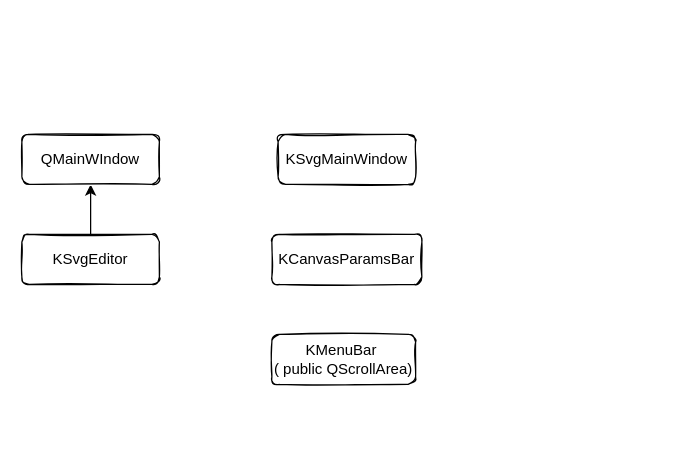
Above: graph/RBT.drawio in feobay/DataStructure (draw.io), before the change. Source tidied: cells renumbered, new cells numbered last; positions are measured from the earlier drawing's top-left corner, leaving out a move shared by most shapes. Both pictures are drawn from the tidied source at 125%, with x=0, y=0 at pixel (21, 134).
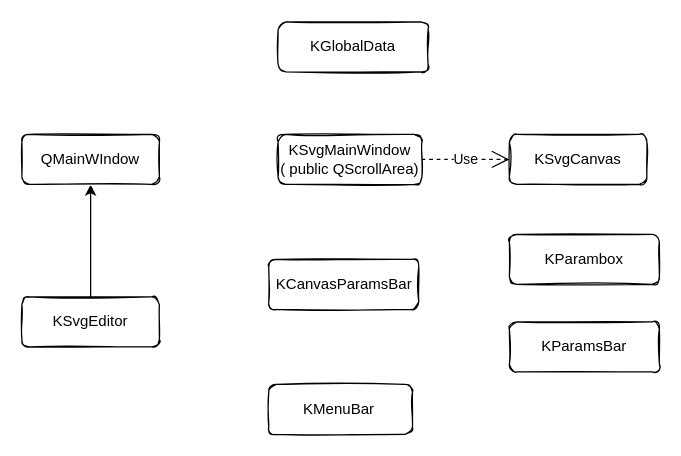
The same page after the edit.

Diff of the diagram source:
```diff
@@
 <mxGraphModel>
   <root>
     <mxCell id="0" />
     <mxCell id="1" parent="0" />
     <mxCell id="2" style="edgeStyle=orthogonalEdgeStyle;curved=1;jettySize=auto;html=1;" parent="1" edge="1" source="3" target="4">
       <mxGeometry relative="1" as="geometry" />
     </mxCell>
     <mxCell id="3" value="KSvgEditor" style="rounded=1;whiteSpace=wrap;html=1;sketch=1;" parent="1" vertex="1">
-      <mxGeometry y="80" width="110" height="40" as="geometry" />
+      <mxGeometry y="130" width="110" height="40" as="geometry" />
     </mxCell>
     <mxCell id="4" value="QMainWIndow" style="rounded=1;whiteSpace=wrap;html=1;sketch=1;" parent="1" vertex="1">
       <mxGeometry width="110" height="40" as="geometry" />
     </mxCell>
     <mxCell id="5" value="KCanvasParamsBar" style="rounded=1;whiteSpace=wrap;html=1;sketch=1;" parent="1" vertex="1">
-      <mxGeometry x="200" y="80" width="120" height="40" as="geometry" />
+      <mxGeometry x="197.5" y="100" width="120" height="40" as="geometry" />
     </mxCell>
-    <mxCell id="6" value="KSvgMainWindow" style="rounded=1;whiteSpace=wrap;html=1;sketch=1;" parent="1" vertex="1">
-      <mxGeometry x="205" width="110" height="40" as="geometry" />
+    <mxCell id="6" value="KSvgMainWindow&lt;br&gt;( public QScrollArea)" style="rounded=1;whiteSpace=wrap;html=1;sketch=1;" parent="1" vertex="1">
+      <mxGeometry x="205" width="115" height="40" as="geometry" />
     </mxCell>
-    <mxCell id="7" value="KMenuBar&amp;nbsp;&lt;br&gt;( public QScrollArea)" style="rounded=1;whiteSpace=wrap;html=1;sketch=1;" parent="1" vertex="1">
-      <mxGeometry x="200" y="160" width="115" height="40" as="geometry" />
+    <mxCell id="7" value="KMenuBar&amp;nbsp;" style="rounded=1;whiteSpace=wrap;html=1;sketch=1;" parent="1" vertex="1">
+      <mxGeometry x="197.5" y="200" width="115" height="40" as="geometry" />
     </mxCell>
+    <mxCell id="8" value="KSvgCanvas" style="rounded=1;whiteSpace=wrap;html=1;sketch=1;" parent="1" vertex="1">
+      <mxGeometry x="390" width="110" height="40" as="geometry" />
+    </mxCell>
+    <mxCell id="9" value="Use" style="endArrow=open;endSize=12;dashed=1;html=1;curved=1;" parent="1" edge="1">
+      <mxGeometry relative="1" as="geometry">
+        <mxPoint x="320" y="20" as="sourcePoint" />
+        <mxPoint x="390" y="20" as="targetPoint" />
+      </mxGeometry>
+    </mxCell>
+    <mxCell id="10" value="KParambox" style="rounded=1;whiteSpace=wrap;html=1;sketch=1;" parent="1" vertex="1">
+      <mxGeometry x="390" y="80" width="120" height="40" as="geometry" />
+    </mxCell>
+    <mxCell id="11" value="KParamsBar" style="rounded=1;whiteSpace=wrap;html=1;sketch=1;" parent="1" vertex="1">
+      <mxGeometry x="390" y="150" width="120" height="40" as="geometry" />
+    </mxCell>
+    <mxCell id="12" value="KGlobalData" style="rounded=1;whiteSpace=wrap;html=1;sketch=1;" parent="1" vertex="1">
+      <mxGeometry x="205" y="-90" width="120" height="40" as="geometry" />
+    </mxCell>
   </root>
 </mxGraphModel>
```
